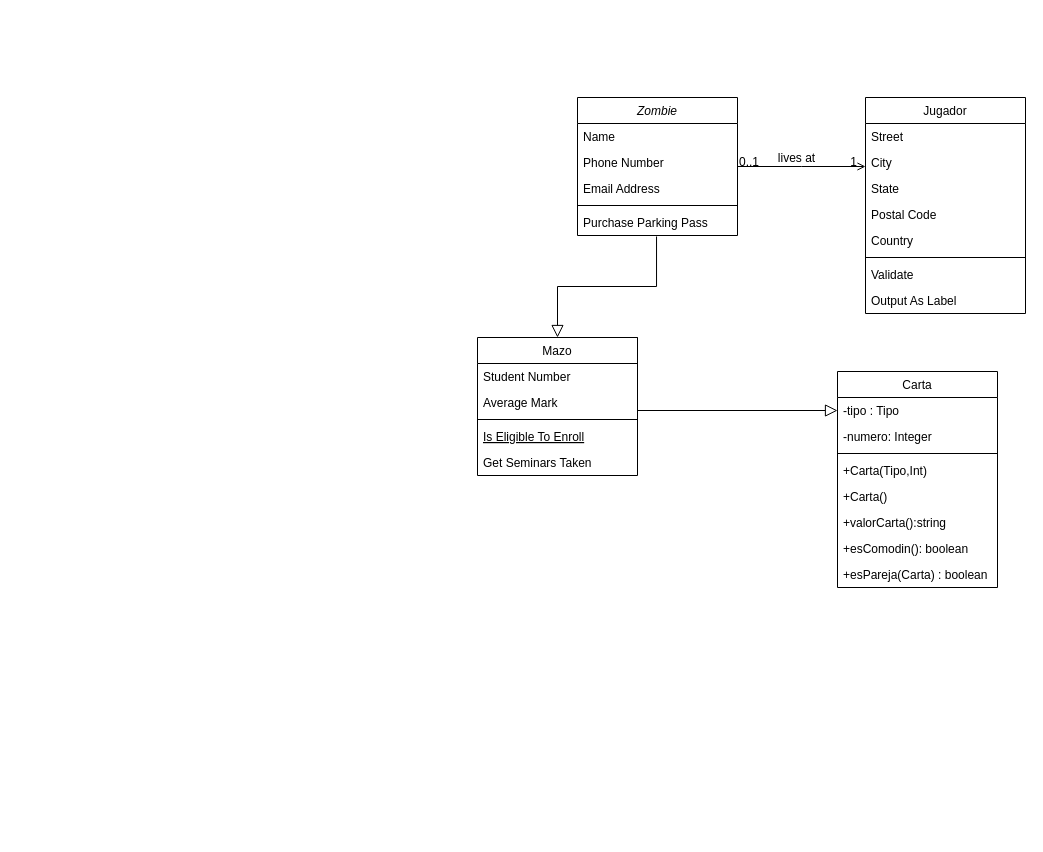
Before: DiagramaClasesZombie.drawio in Romina16/Zombi, a draw.io diagram. Source tidied: cells renumbered, new cells numbered last; positions are measured from the earlier drawing's top-left corner, leaving out a move shared by most shapes. Both pictures are drawn from the tidied source at 100%, with x=0, y=0 at pixel (477, 97).
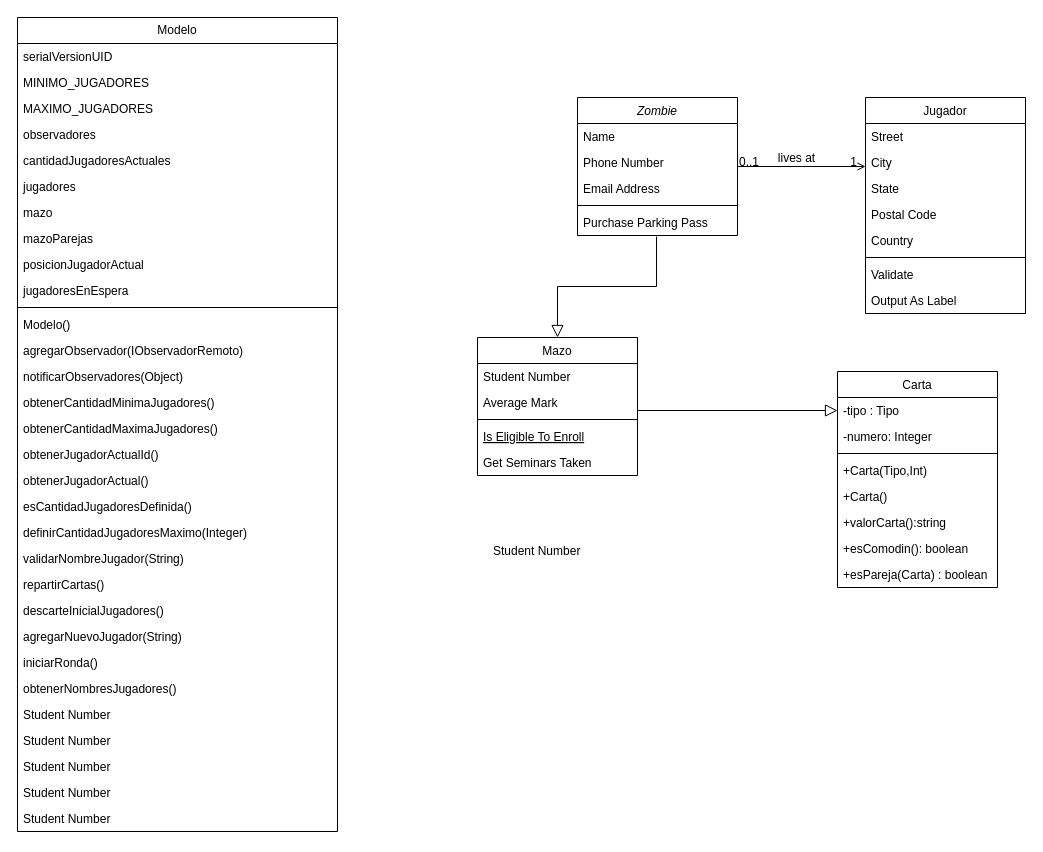
The same diagram, later.

Commit message (it also covers changes not shown here):
diagrama inicio

The edit, as a diff of the source:
```diff
@@
+    <mxCell id="38" value="Modelo" style="swimlane;fontStyle=0;horizontal=1;startSize=26;fillColor=none;whiteSpace=wrap;html=1;" parent="1" vertex="1">
+      <mxGeometry x="-460" y="-80" width="320" height="814" as="geometry" />
+    </mxCell>
+    <mxCell id="39" value="serialVersionUID&lt;div&gt;&lt;br&gt;&lt;/div&gt;" style="text;strokeColor=none;fillColor=none;align=left;verticalAlign=top;spacingLeft=4;spacingRight=4;overflow=hidden;whiteSpace=wrap;html=1;" parent="38" vertex="1">
+      <mxGeometry y="26" width="320" height="26" as="geometry" />
+    </mxCell>
+    <mxCell id="40" value="MINIMO_JUGADORES" style="text;strokeColor=none;fillColor=none;align=left;verticalAlign=top;spacingLeft=4;spacingRight=4;overflow=hidden;whiteSpace=wrap;html=1;" parent="38" vertex="1">
+      <mxGeometry y="52" width="320" height="26" as="geometry" />
+    </mxCell>
+    <mxCell id="41" value="MAXIMO_JUGADORES" style="text;strokeColor=none;fillColor=none;align=left;verticalAlign=top;spacingLeft=4;spacingRight=4;overflow=hidden;whiteSpace=wrap;html=1;" parent="38" vertex="1">
+      <mxGeometry y="78" width="320" height="26" as="geometry" />
+    </mxCell>
+    <mxCell id="42" value="observadores" style="text;strokeColor=none;fillColor=none;align=left;verticalAlign=top;spacingLeft=4;spacingRight=4;overflow=hidden;whiteSpace=wrap;html=1;" parent="38" vertex="1">
+      <mxGeometry y="104" width="320" height="26" as="geometry" />
+    </mxCell>
+    <mxCell id="43" value="cantidadJugadoresActuales" style="text;align=left;verticalAlign=top;spacingLeft=4;spacingRight=4;overflow=hidden;" parent="38" vertex="1">
+      <mxGeometry y="130" width="320" height="26" as="geometry" />
+    </mxCell>
+    <mxCell id="44" value="jugadores" style="text;align=left;verticalAlign=top;spacingLeft=4;spacingRight=4;overflow=hidden;" parent="38" vertex="1">
+      <mxGeometry y="156" width="320" height="26" as="geometry" />
+    </mxCell>
+    <mxCell id="45" value="mazo" style="text;align=left;verticalAlign=top;spacingLeft=4;spacingRight=4;overflow=hidden;" parent="38" vertex="1">
+      <mxGeometry y="182" width="320" height="26" as="geometry" />
+    </mxCell>
+    <mxCell id="46" value="mazoParejas&#10;" style="text;align=left;verticalAlign=top;spacingLeft=4;spacingRight=4;overflow=hidden;" parent="38" vertex="1">
+      <mxGeometry y="208" width="320" height="26" as="geometry" />
+    </mxCell>
+    <mxCell id="47" value="posicionJugadorActual" style="text;align=left;verticalAlign=top;spacingLeft=4;spacingRight=4;overflow=hidden;" parent="38" vertex="1">
+      <mxGeometry y="234" width="320" height="26" as="geometry" />
+    </mxCell>
+    <mxCell id="48" value="jugadoresEnEspera" style="text;align=left;verticalAlign=top;spacingLeft=4;spacingRight=4;overflow=hidden;" parent="38" vertex="1">
+      <mxGeometry y="260" width="320" height="26" as="geometry" />
+    </mxCell>
+    <mxCell id="49" style="line;html=1;strokeWidth=1;align=left;verticalAlign=middle;spacingTop=-1;spacingLeft=3;spacingRight=3;labelPosition=right;" parent="38" vertex="1">
+      <mxGeometry y="286" width="320" height="8" as="geometry" />
+    </mxCell>
+    <mxCell id="50" value="Modelo()" style="text;align=left;verticalAlign=top;spacingLeft=4;spacingRight=4;overflow=hidden;" parent="38" vertex="1">
+      <mxGeometry y="294" width="320" height="26" as="geometry" />
+    </mxCell>
+    <mxCell id="51" value="agregarObservador(IObservadorRemoto)" style="text;align=left;verticalAlign=top;spacingLeft=4;spacingRight=4;overflow=hidden;" parent="38" vertex="1">
+      <mxGeometry y="320" width="320" height="26" as="geometry" />
+    </mxCell>
+    <mxCell id="52" value="notificarObservadores(Object)" style="text;align=left;verticalAlign=top;spacingLeft=4;spacingRight=4;overflow=hidden;" parent="38" vertex="1">
+      <mxGeometry y="346" width="320" height="26" as="geometry" />
+    </mxCell>
+    <mxCell id="53" value="obtenerCantidadMinimaJugadores()&#10;" style="text;align=left;verticalAlign=top;spacingLeft=4;spacingRight=4;overflow=hidden;" parent="38" vertex="1">
+      <mxGeometry y="372" width="320" height="26" as="geometry" />
+    </mxCell>
+    <mxCell id="54" value="obtenerCantidadMaximaJugadores()" style="text;align=left;verticalAlign=top;spacingLeft=4;spacingRight=4;overflow=hidden;" parent="38" vertex="1">
+      <mxGeometry y="398" width="320" height="26" as="geometry" />
+    </mxCell>
+    <mxCell id="55" value="obtenerJugadorActualId()&#10;" style="text;align=left;verticalAlign=top;spacingLeft=4;spacingRight=4;overflow=hidden;" parent="38" vertex="1">
+      <mxGeometry y="424" width="320" height="26" as="geometry" />
+    </mxCell>
+    <mxCell id="56" value="obtenerJugadorActual()" style="text;align=left;verticalAlign=top;spacingLeft=4;spacingRight=4;overflow=hidden;" parent="38" vertex="1">
+      <mxGeometry y="450" width="320" height="26" as="geometry" />
+    </mxCell>
+    <mxCell id="57" value="esCantidadJugadoresDefinida()" style="text;align=left;verticalAlign=top;spacingLeft=4;spacingRight=4;overflow=hidden;" parent="38" vertex="1">
+      <mxGeometry y="476" width="320" height="26" as="geometry" />
+    </mxCell>
+    <mxCell id="58" value="definirCantidadJugadoresMaximo(Integer)" style="text;align=left;verticalAlign=top;spacingLeft=4;spacingRight=4;overflow=hidden;" parent="38" vertex="1">
+      <mxGeometry y="502" width="320" height="26" as="geometry" />
+    </mxCell>
+    <mxCell id="59" value="validarNombreJugador(String)" style="text;align=left;verticalAlign=top;spacingLeft=4;spacingRight=4;overflow=hidden;" parent="38" vertex="1">
+      <mxGeometry y="528" width="320" height="26" as="geometry" />
+    </mxCell>
+    <mxCell id="60" value="repartirCartas()" style="text;align=left;verticalAlign=top;spacingLeft=4;spacingRight=4;overflow=hidden;" parent="38" vertex="1">
+      <mxGeometry y="554" width="320" height="26" as="geometry" />
+    </mxCell>
+    <mxCell id="61" value="descarteInicialJugadores()" style="text;align=left;verticalAlign=top;spacingLeft=4;spacingRight=4;overflow=hidden;" parent="38" vertex="1">
+      <mxGeometry y="580" width="320" height="26" as="geometry" />
+    </mxCell>
+    <mxCell id="62" value="agregarNuevoJugador(String)" style="text;align=left;verticalAlign=top;spacingLeft=4;spacingRight=4;overflow=hidden;" parent="38" vertex="1">
+      <mxGeometry y="606" width="320" height="26" as="geometry" />
+    </mxCell>
+    <mxCell id="63" value="iniciarRonda()" style="text;align=left;verticalAlign=top;spacingLeft=4;spacingRight=4;overflow=hidden;" parent="38" vertex="1">
+      <mxGeometry y="632" width="320" height="26" as="geometry" />
+    </mxCell>
+    <mxCell id="64" value="obtenerNombresJugadores()" style="text;align=left;verticalAlign=top;spacingLeft=4;spacingRight=4;overflow=hidden;" parent="38" vertex="1">
+      <mxGeometry y="658" width="320" height="26" as="geometry" />
+    </mxCell>
+    <mxCell id="65" value="Student Number" style="text;align=left;verticalAlign=top;spacingLeft=4;spacingRight=4;overflow=hidden;" parent="38" vertex="1">
+      <mxGeometry y="684" width="320" height="26" as="geometry" />
+    </mxCell>
+    <mxCell id="66" value="Student Number" style="text;align=left;verticalAlign=top;spacingLeft=4;spacingRight=4;overflow=hidden;" parent="38" vertex="1">
+      <mxGeometry y="710" width="320" height="26" as="geometry" />
+    </mxCell>
+    <mxCell id="67" value="Student Number" style="text;align=left;verticalAlign=top;spacingLeft=4;spacingRight=4;overflow=hidden;" parent="38" vertex="1">
+      <mxGeometry y="736" width="320" height="26" as="geometry" />
+    </mxCell>
+    <mxCell id="68" value="Student Number" style="text;align=left;verticalAlign=top;spacingLeft=4;spacingRight=4;overflow=hidden;" parent="38" vertex="1">
+      <mxGeometry y="762" width="320" height="26" as="geometry" />
+    </mxCell>
+    <mxCell id="69" value="Student Number" style="text;align=left;verticalAlign=top;spacingLeft=4;spacingRight=4;overflow=hidden;" parent="38" vertex="1">
+      <mxGeometry y="788" width="320" height="26" as="geometry" />
+    </mxCell>
+    <mxCell id="70" value="Student Number" style="text;align=left;verticalAlign=top;spacingLeft=4;spacingRight=4;overflow=hidden;" parent="1" vertex="1">
+      <mxGeometry x="10" y="440" width="320" height="26" as="geometry" />
+    </mxCell>
```
